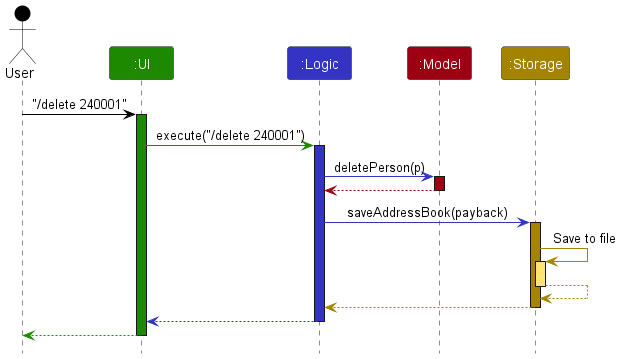
This is docs/images/ArchitectureSequenceDiagram.png from nus-cs2103-AY2324S2/tp, a PlantUML export, as it was before one commit.
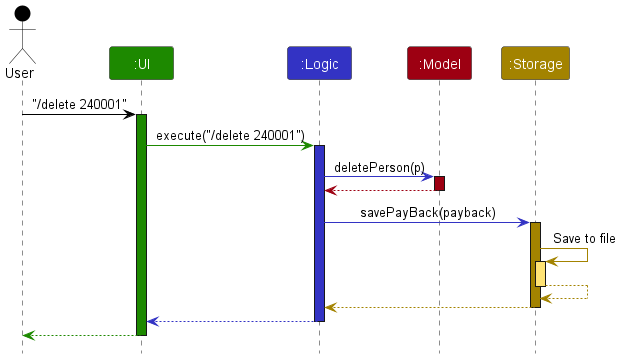
After the change.

Commit message:
Modify Sequnce Diagram

The edit, as a diff of the source:
```diff
@@ -20,7 +20,7 @@
 model -[MODEL_COLOR]-> logic
 deactivate model
 
-logic -[LOGIC_COLOR]> storage : saveAddressBook(payback)
+logic -[LOGIC_COLOR]> storage : savePayBack(payback)
 activate storage STORAGE_COLOR
 
 storage -[STORAGE_COLOR]> storage : Save to file
```
